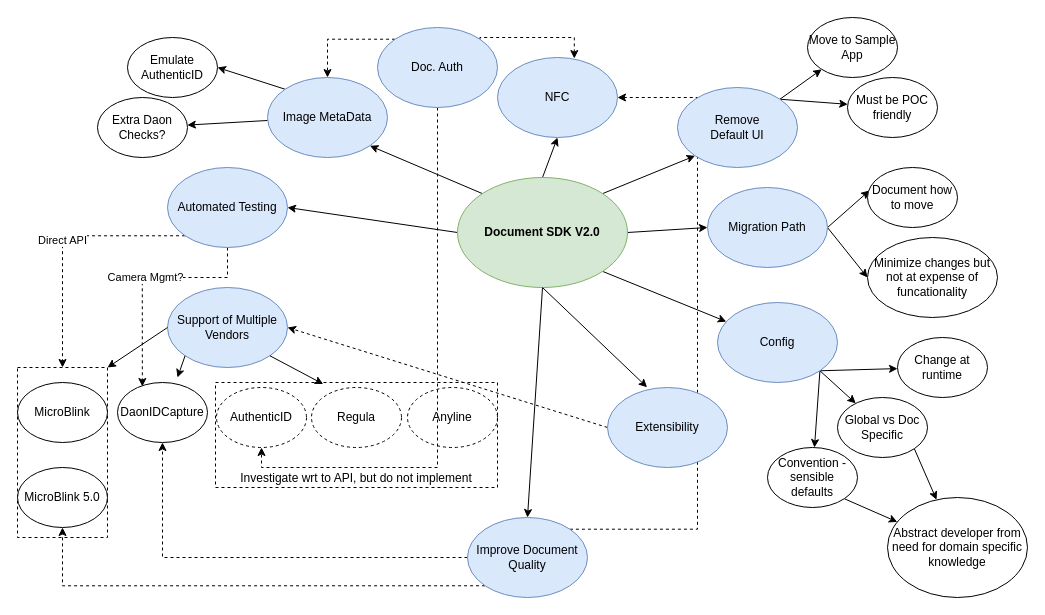
This is page "Document SDK 2.0 Mindmap" (1 of 2) of document-sdk-v2.drawio from acorcoran-daon/api-documentation, a draw.io file, before an edit. Source tidied: cells renumbered, new cells numbered last; positions are measured from the earlier drawing's top-left corner, leaving out a move shared by most shapes. Both pictures are drawn from the tidied source at 100%, with x=0, y=0 at pixel (17, 17).
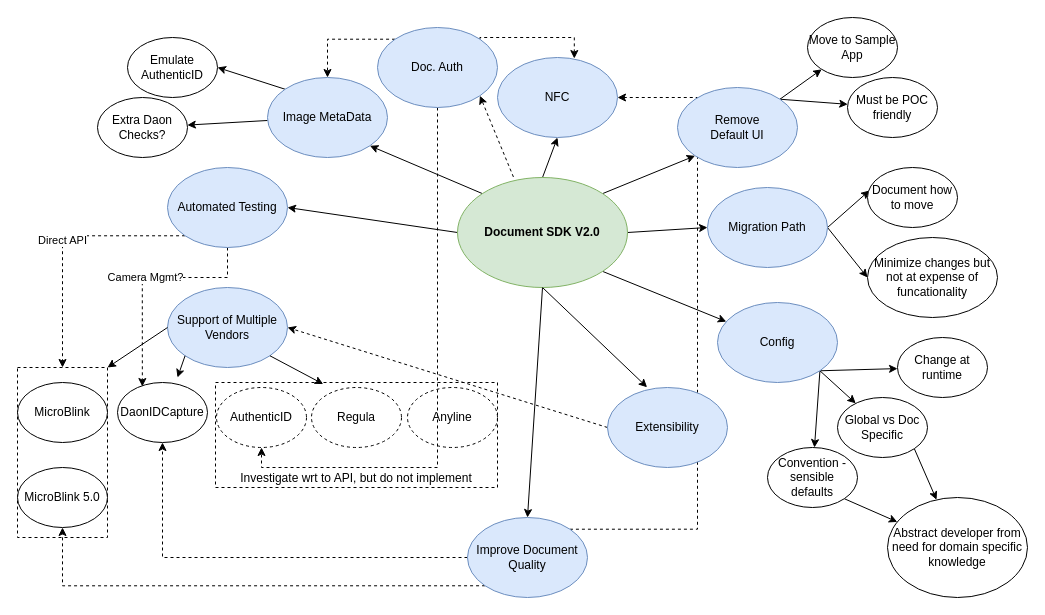
The same diagram, later.

The change refers to these unchanged cells:
```xml
<mxCell id="11" value="&lt;b&gt;Document SDK V2.0&lt;/b&gt;" style="ellipse;whiteSpace=wrap;html=1;fillColor=#d5e8d4;strokeColor=#82b366;" parent="1" vertex="1">
  <mxGeometry x="440" y="160" width="170" height="110" as="geometry" />
</mxCell>
<mxCell id="59" value="Doc. Auth" style="ellipse;whiteSpace=wrap;html=1;fillColor=#dae8fc;strokeColor=#6c8ebf;" parent="1" vertex="1">
  <mxGeometry x="360" y="10" width="120" height="80" as="geometry" />
</mxCell>
```

Diff of the diagram source:
```diff
@@
+    <mxCell id="62" style="endArrow=classic;html=1;dashed=1;entryX=1;entryY=1;entryDx=0;entryDy=0;exitX=0.329;exitY=-0.005;exitDx=0;exitDy=0;exitPerimeter=0;" parent="1" edge="1" source="11" target="59">
+      <mxGeometry relative="1" as="geometry" />
+    </mxCell>
```
